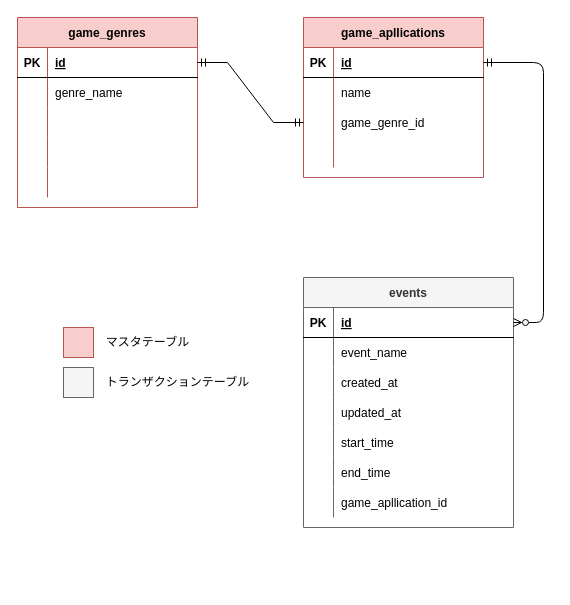
Before: erd.drawio in hirabarufumitaka/mobile_game_notification, a draw.io diagram. Source tidied: cells renumbered, new cells numbered last; positions are measured from the earlier drawing's top-left corner, leaving out a move shared by most shapes. Both pictures are drawn from the tidied source at 100%, with x=0, y=0 at pixel (17, 17).
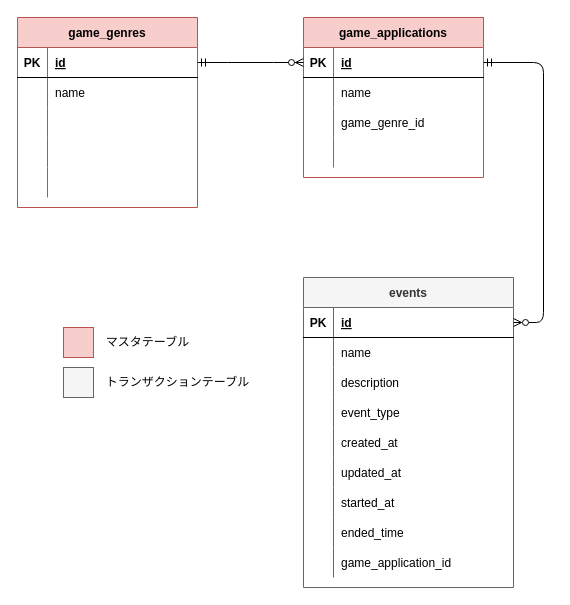
The same diagram, later.

Commit message (it also covers changes not shown here):
Add:genre,application,eventのモデルとマイグレーション

Unchanged cells that the change refers to:
```xml
<mxCell id="3" style="shape=partialRectangle;fillColor=none;top=0;left=0;bottom=1;right=0;points=[[0,0.5],[1,0.5]];portConstraint=eastwest;" parent="2" vertex="1">
  <mxGeometry y="30" width="180" height="30" as="geometry" />
</mxCell>
<mxCell id="9" style="shape=partialRectangle;fillColor=none;top=0;left=0;bottom=0;right=0;points=[[0,0.5],[1,0.5]];portConstraint=eastwest;" parent="2" vertex="1">
  <mxGeometry y="90" width="180" height="30" as="geometry" />
</mxCell>
<mxCell id="19" style="shape=partialRectangle;fillColor=none;top=0;left=0;bottom=0;right=0;" parent="15" vertex="1">
  <mxGeometry y="60" width="210" height="30" as="geometry" />
</mxCell>
<mxCell id="39" style="shape=tableRow;horizontal=0;startSize=0;swimlaneHead=0;swimlaneBody=0;fillColor=none;points=[[0,0.5],[1,0.5]];portConstraint=eastwest;top=0;left=0;right=0;bottom=1;" parent="38" vertex="1">
  <mxGeometry y="30" width="180" height="30" as="geometry" />
</mxCell>
<mxCell id="42" style="shape=tableRow;horizontal=0;startSize=0;swimlaneHead=0;swimlaneBody=0;fillColor=none;top=0;left=0;right=0;bottom=0;" parent="38" vertex="1">
  <mxGeometry y="60" width="180" height="30" as="geometry" />
</mxCell>
```

Change to the diagram source:
```diff
@@
-    <mxCell id="2" value="game_apllications" style="shape=table;startSize=30;childLayout=tableLayout;rowLines=0;fontStyle=1;align=center;fillColor=#f8cecc;strokeColor=#b85450;" parent="1" vertex="1">
+    <mxCell id="2" value="game_applications" style="shape=table;startSize=30;childLayout=tableLayout;rowLines=0;fontStyle=1;align=center;fillColor=#f8cecc;strokeColor=#b85450;" parent="1" vertex="1">
       <mxGeometry x="286" width="180" height="160" as="geometry" />
     </mxCell>
@@
     <mxCell id="15" value="events" style="shape=table;startSize=30;childLayout=tableLayout;rowLines=0;fontStyle=1;align=center;fillColor=#f5f5f5;fontColor=#333333;strokeColor=#666666;" parent="1" vertex="1">
-      <mxGeometry x="286" y="260" width="210" height="250" as="geometry" />
+      <mxGeometry x="286" y="260" width="210" height="310" as="geometry" />
     </mxCell>
@@
-    <mxCell id="21" value="event_name" style="shape=partialRectangle;fillColor=none;top=0;left=0;bottom=0;right=0;align=left;spacingLeft=6;overflow=hidden;" parent="19" vertex="1">
+    <mxCell id="21" value="name" style="shape=partialRectangle;fillColor=none;top=0;left=0;bottom=0;right=0;align=left;spacingLeft=6;overflow=hidden;" parent="19" vertex="1">
       <mxGeometry x="30" width="180" height="30" as="geometry" />
     </mxCell>
+    <mxCell id="59" style="shape=partialRectangle;fillColor=none;top=0;left=0;bottom=0;right=0;" parent="15" vertex="1">
+      <mxGeometry y="90" width="210" height="30" as="geometry" />
+    </mxCell>
+    <mxCell id="60" style="shape=partialRectangle;fillColor=none;top=0;left=0;bottom=0;right=0;overflow=hidden;" parent="59" vertex="1">
+      <mxGeometry width="30" height="30" as="geometry" />
+    </mxCell>
+    <mxCell id="61" value="description" style="shape=partialRectangle;fillColor=none;top=0;left=0;bottom=0;right=0;align=left;spacingLeft=6;overflow=hidden;" parent="59" vertex="1">
+      <mxGeometry x="30" width="180" height="30" as="geometry" />
+    </mxCell>
+    <mxCell id="62" style="shape=partialRectangle;fillColor=none;top=0;left=0;bottom=0;right=0;" parent="15" vertex="1">
+      <mxGeometry y="120" width="210" height="30" as="geometry" />
+    </mxCell>
+    <mxCell id="63" style="shape=partialRectangle;fillColor=none;top=0;left=0;bottom=0;right=0;overflow=hidden;" parent="62" vertex="1">
+      <mxGeometry width="30" height="30" as="geometry" />
+    </mxCell>
+    <mxCell id="64" value="event_type" style="shape=partialRectangle;fillColor=none;top=0;left=0;bottom=0;right=0;align=left;spacingLeft=6;overflow=hidden;" parent="62" vertex="1">
+      <mxGeometry x="30" width="180" height="30" as="geometry" />
+    </mxCell>
     <mxCell id="22" style="shape=partialRectangle;fillColor=none;top=0;left=0;bottom=0;right=0;" parent="15" vertex="1">
-      <mxGeometry y="90" width="210" height="30" as="geometry" />
+      <mxGeometry y="150" width="210" height="30" as="geometry" />
     </mxCell>
@@
     <mxCell id="25" style="shape=partialRectangle;fillColor=none;top=0;left=0;bottom=0;right=0;" parent="15" vertex="1">
-      <mxGeometry y="120" width="210" height="30" as="geometry" />
+      <mxGeometry y="180" width="210" height="30" as="geometry" />
     </mxCell>
@@
     <mxCell id="28" style="shape=partialRectangle;fillColor=none;top=0;left=0;bottom=0;right=0;" parent="15" vertex="1">
-      <mxGeometry y="150" width="210" height="30" as="geometry" />
+      <mxGeometry y="210" width="210" height="30" as="geometry" />
     </mxCell>
@@
-    <mxCell id="30" value="start_time" style="shape=partialRectangle;fillColor=none;top=0;left=0;bottom=0;right=0;align=left;spacingLeft=6;overflow=hidden;" parent="28" vertex="1">
+    <mxCell id="30" value="started_at" style="shape=partialRectangle;fillColor=none;top=0;left=0;bottom=0;right=0;align=left;spacingLeft=6;overflow=hidden;" parent="28" vertex="1">
       <mxGeometry x="30" width="180" height="30" as="geometry" />
     </mxCell>
     <mxCell id="31" style="shape=partialRectangle;fillColor=none;top=0;left=0;bottom=0;right=0;" parent="15" vertex="1">
-      <mxGeometry y="180" width="210" height="30" as="geometry" />
+      <mxGeometry y="240" width="210" height="30" as="geometry" />
     </mxCell>
@@
-    <mxCell id="33" value="end_time" style="shape=partialRectangle;fillColor=none;top=0;left=0;bottom=0;right=0;align=left;spacingLeft=6;overflow=hidden;" parent="31" vertex="1">
+    <mxCell id="33" value="ended_time" style="shape=partialRectangle;fillColor=none;top=0;left=0;bottom=0;right=0;align=left;spacingLeft=6;overflow=hidden;" parent="31" vertex="1">
       <mxGeometry x="30" width="180" height="30" as="geometry" />
     </mxCell>
     <mxCell id="34" style="shape=partialRectangle;fillColor=none;top=0;left=0;bottom=0;right=0;" parent="15" vertex="1">
-      <mxGeometry y="210" width="210" height="30" as="geometry" />
+      <mxGeometry y="270" width="210" height="30" as="geometry" />
     </mxCell>
@@
-    <mxCell id="36" value="game_apllication_id" style="shape=partialRectangle;fillColor=none;top=0;left=0;bottom=0;right=0;align=left;spacingLeft=6;overflow=hidden;" parent="34" vertex="1">
+    <mxCell id="36" value="game_application_id" style="shape=partialRectangle;fillColor=none;top=0;left=0;bottom=0;right=0;align=left;spacingLeft=6;overflow=hidden;" parent="34" vertex="1">
       <mxGeometry x="30" width="180" height="30" as="geometry" />
     </mxCell>
@@
-    <mxCell id="44" value="genre_name" style="shape=partialRectangle;fillColor=none;top=0;left=0;bottom=0;right=0;align=left;spacingLeft=6;overflow=hidden;" parent="42" vertex="1">
+    <mxCell id="44" value="name" style="shape=partialRectangle;fillColor=none;top=0;left=0;bottom=0;right=0;align=left;spacingLeft=6;overflow=hidden;" parent="42" vertex="1">
       <mxGeometry x="30" width="150" height="30" as="geometry" />
     </mxCell>
@@
-    <mxCell id="54" style="edgeStyle=entityRelationEdgeStyle;fontSize=12;html=1;endArrow=ERmandOne;startArrow=ERmandOne;rounded=0;exitX=1;exitY=0.5;exitDx=0;exitDy=0;entryX=0;entryY=0.5;entryDx=0;entryDy=0;" parent="1" edge="1" source="39" target="9">
-      <mxGeometry relative="1" as="geometry" />
-    </mxCell>
@@
+    <mxCell id="65" style="edgeStyle=entityRelationEdgeStyle;fontSize=12;html=1;endArrow=ERzeroToMany;startArrow=ERmandOne;rounded=0;exitX=1;exitY=0.5;exitDx=0;exitDy=0;entryX=0;entryY=0.5;entryDx=0;entryDy=0;" parent="1" edge="1" source="39" target="3">
+      <mxGeometry relative="1" as="geometry" />
+    </mxCell>
```
